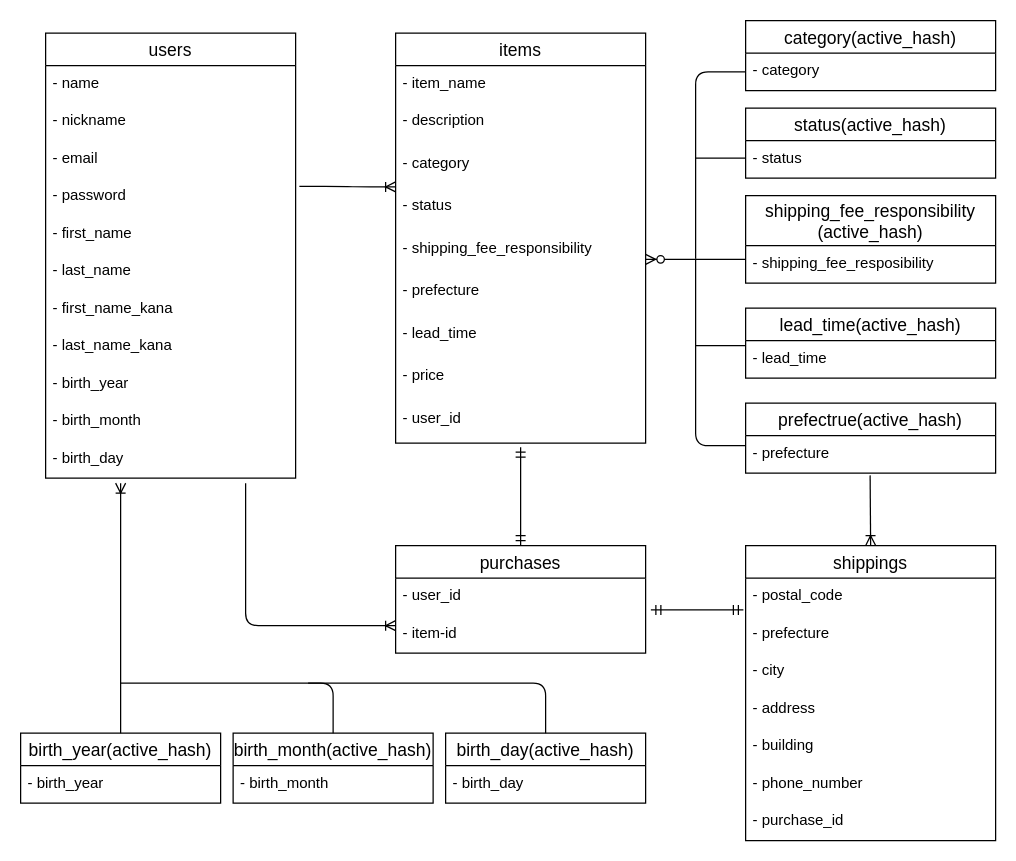
Above: page "ページ1" (1 of 2) of ER.dio in taichikitano/furima-39758 (draw.io), before the change. Source tidied: cells renumbered, new cells numbered last; positions are measured from the earlier drawing's top-left corner, leaving out a move shared by most shapes. Both pictures are drawn from the tidied source at 125%, with x=0, y=0 at pixel (20, 20).
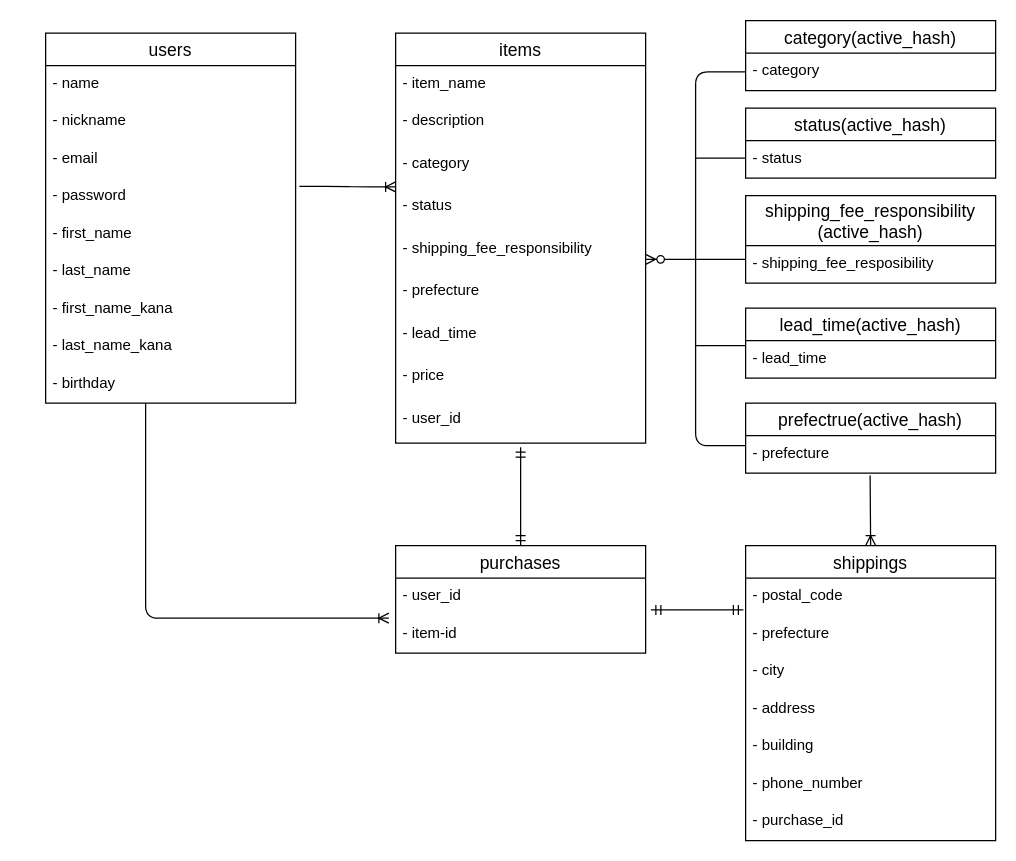
The same diagram, later.

Unchanged cells that the change refers to:
```xml
<mxCell id="26" value="- item-id" style="text;strokeColor=none;fillColor=none;spacingLeft=4;spacingRight=4;overflow=hidden;points=[[0,0.5],[1,0.5]];portConstraint=eastwest;fontSize=12;" parent="24" vertex="1">
  <mxGeometry y="56" width="200" height="30" as="geometry" />
</mxCell>
```

Diff of the diagram source:
```diff
@@
     <mxCell id="2" value="users" style="swimlane;fontStyle=0;horizontal=1;startSize=26;align=center;fontSize=14;" parent="1" vertex="1">
-      <mxGeometry x="20" y="10" width="200" height="356" as="geometry" />
+      <mxGeometry x="20" y="10" width="200" height="296" as="geometry" />
     </mxCell>
@@
-    <mxCell id="11" value="- birth_year&#10;" style="text;strokeColor=none;fillColor=none;spacingLeft=4;spacingRight=4;overflow=hidden;fontSize=12;" parent="2" vertex="1">
+    <mxCell id="11" value="- birthday&#10;" style="text;strokeColor=none;fillColor=none;spacingLeft=4;spacingRight=4;overflow=hidden;fontSize=12;" parent="2" vertex="1">
       <mxGeometry y="266" width="200" height="30" as="geometry" />
     </mxCell>
-    <mxCell id="12" value="- birth_month&#10;&#10;" style="text;strokeColor=none;fillColor=none;spacingLeft=4;spacingRight=4;overflow=hidden;fontSize=12;" parent="2" vertex="1">
-      <mxGeometry y="296" width="200" height="30" as="geometry" />
-    </mxCell>
-    <mxCell id="13" value="- birth_day&#10;" style="text;strokeColor=none;fillColor=none;spacingLeft=4;spacingRight=4;overflow=hidden;fontSize=12;" parent="2" vertex="1">
-      <mxGeometry y="326" width="200" height="30" as="geometry" />
-    </mxCell>
@@
-    <mxCell id="36" style="fontSize=12;html=1;endArrow=ERoneToMany;" parent="1" edge="1">
+    <mxCell id="36" style="fontSize=12;html=1;endArrow=ERoneToMany;entryX=-0.027;entryY=0.067;entryDx=0;entryDy=0;entryPerimeter=0;" parent="1" edge="1" target="26">
       <mxGeometry relative="1" as="geometry">
-        <mxPoint x="180" y="370" as="sourcePoint" />
-        <mxPoint x="300" y="484" as="targetPoint" />
+        <mxPoint x="100" y="306" as="sourcePoint" />
         <Array as="points">
-          <mxPoint x="180" y="484" />
+          <mxPoint x="100" y="478" />
         </Array>
       </mxGeometry>
     </mxCell>
@@
-    <mxCell id="39" value="birth_year(active_hash)" style="swimlane;fontStyle=0;horizontal=1;startSize=26;align=center;fontSize=14;" parent="1" vertex="1">
-      <mxGeometry y="570" width="160" height="56" as="geometry" />
-    </mxCell>
-    <mxCell id="40" value="- birth_year" style="text;strokeColor=none;fillColor=none;spacingLeft=4;spacingRight=4;overflow=hidden;fontSize=12;" parent="39" vertex="1">
-      <mxGeometry y="26" width="160" height="30" as="geometry" />
-    </mxCell>
-    <mxCell id="41" value="birth_month(active_hash)" style="swimlane;fontStyle=0;horizontal=1;startSize=26;align=center;fontSize=14;" parent="1" vertex="1">
-      <mxGeometry x="170" y="570" width="160" height="56" as="geometry" />
-    </mxCell>
-    <mxCell id="42" value="- birth_month" style="text;strokeColor=none;fillColor=none;spacingLeft=4;spacingRight=4;overflow=hidden;fontSize=12;" parent="41" vertex="1">
-      <mxGeometry y="26" width="160" height="30" as="geometry" />
-    </mxCell>
-    <mxCell id="43" value="birth_day(active_hash)" style="swimlane;fontStyle=0;horizontal=1;startSize=26;align=center;fontSize=14;" parent="1" vertex="1">
-      <mxGeometry x="340" y="570" width="160" height="56" as="geometry" />
-    </mxCell>
-    <mxCell id="44" value="- birth_day" style="text;strokeColor=none;fillColor=none;spacingLeft=4;spacingRight=4;overflow=hidden;fontSize=12;" parent="43" vertex="1">
-      <mxGeometry y="26" width="160" height="30" as="geometry" />
-    </mxCell>
-    <mxCell id="45" style="fontSize=12;html=1;endArrow=ERoneToMany;exitX=0.5;exitY=0;exitDx=0;exitDy=0;" parent="1" edge="1" source="39">
-      <mxGeometry relative="1" as="geometry">
-        <mxPoint x="80" y="370" as="targetPoint" />
-      </mxGeometry>
-    </mxCell>
-    <mxCell id="46" style="endArrow=none;html=1;rounded=1;strokeColor=default;entryX=0.5;entryY=0;entryDx=0;entryDy=0;" parent="1" edge="1" target="41">
-      <mxGeometry relative="1" as="geometry">
-        <mxPoint x="80" y="530" as="sourcePoint" />
-        <Array as="points">
-          <mxPoint x="250" y="530" />
-        </Array>
-      </mxGeometry>
-    </mxCell>
-    <mxCell id="47" style="endArrow=none;html=1;rounded=1;strokeColor=default;entryX=0.5;entryY=0;entryDx=0;entryDy=0;" parent="1" edge="1" target="43">
-      <mxGeometry relative="1" as="geometry">
-        <mxPoint x="230" y="530" as="sourcePoint" />
-        <Array as="points">
-          <mxPoint x="420" y="530" />
-        </Array>
-      </mxGeometry>
-    </mxCell>
```
